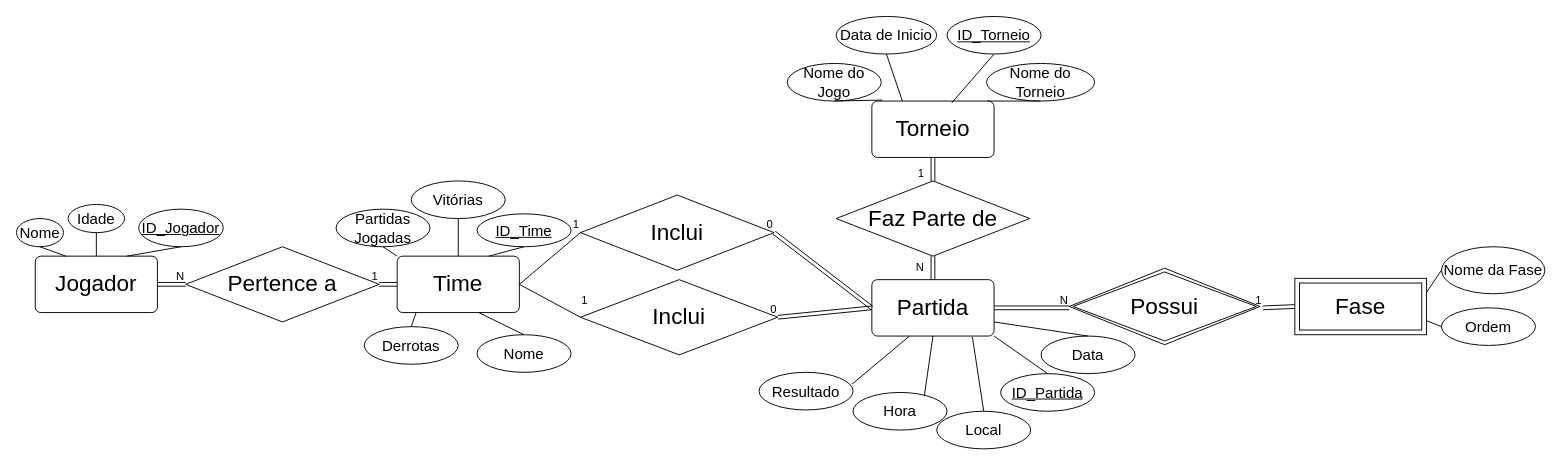
The draw.io diagram Projeto_Esports.drawio in Gabitil/Org-de-competi-es-esport, before the edit. Source tidied: cells renumbered, new cells numbered last; positions are measured from the earlier drawing's top-left corner, leaving out a move shared by most shapes. Both pictures are drawn from the tidied source at 94%, with x=0, y=0 at pixel (16, 16).
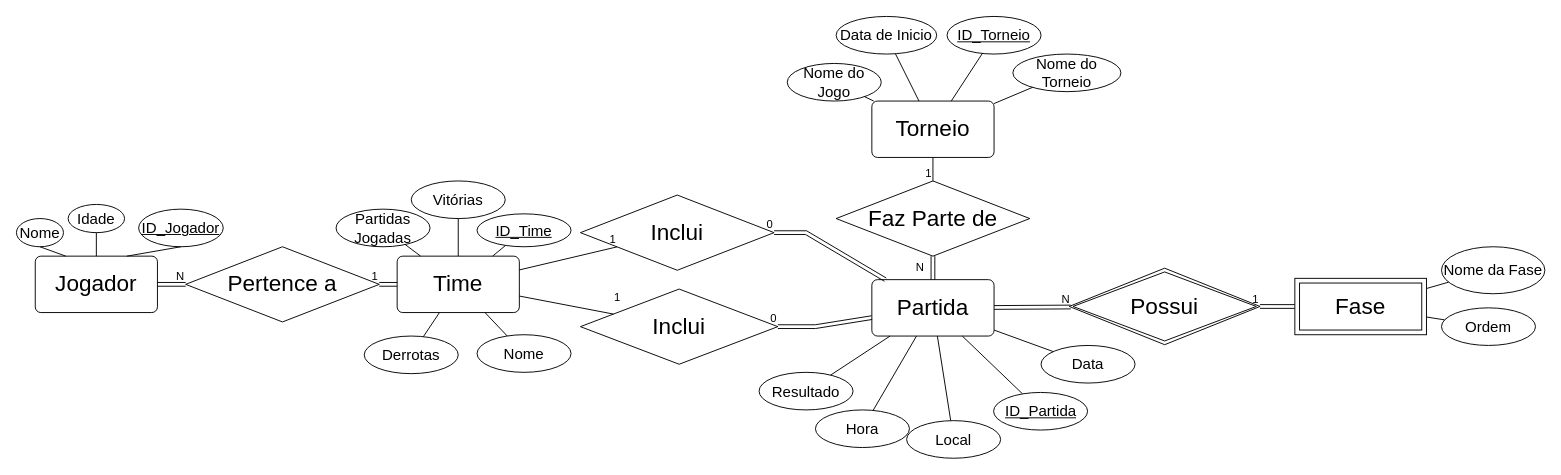
Above is the later version.

The change refers to these unchanged cells:
```xml
<mxCell id="2" value="&lt;font style=&quot;font-size: 24px;&quot;&gt;Jogador&lt;/font&gt;" style="rounded=1;arcSize=10;whiteSpace=wrap;html=1;align=center;" parent="1" vertex="1">
  <mxGeometry x="20" y="255" width="130" height="60" as="geometry" />
</mxCell>
<mxCell id="3" value="&lt;font style=&quot;font-size: 24px;&quot;&gt;Partida&lt;/font&gt;" style="rounded=1;arcSize=10;whiteSpace=wrap;html=1;align=center;" parent="1" vertex="1">
  <mxGeometry x="910" y="280" width="130" height="60" as="geometry" />
</mxCell>
<mxCell id="4" value="&lt;font style=&quot;font-size: 24px;&quot;&gt;Torneio&lt;/font&gt;" style="rounded=1;arcSize=10;whiteSpace=wrap;html=1;align=center;" parent="1" vertex="1">
  <mxGeometry x="910" y="90" width="130" height="60" as="geometry" />
</mxCell>
<mxCell id="5" value="&lt;font style=&quot;font-size: 24px;&quot;&gt;Time&lt;/font&gt;" style="rounded=1;arcSize=10;whiteSpace=wrap;html=1;align=center;" parent="1" vertex="1">
  <mxGeometry x="405" y="255" width="130" height="60" as="geometry" />
</mxCell>
<mxCell id="13" value="&lt;font style=&quot;font-size: 16px;&quot;&gt;ID_Time&lt;/font&gt;" style="ellipse;whiteSpace=wrap;html=1;align=center;fontStyle=4;" parent="1" vertex="1">
  <mxGeometry x="490" y="210" width="100" height="35" as="geometry" />
</mxCell>
<mxCell id="14" value="&lt;font style=&quot;font-size: 16px;&quot;&gt;Vitórias&lt;/font&gt;" style="ellipse;whiteSpace=wrap;html=1;align=center;" parent="1" vertex="1">
  <mxGeometry x="420" y="175" width="100" height="40" as="geometry" />
</mxCell>
<mxCell id="16" value="&lt;font style=&quot;font-size: 16px;&quot;&gt;Partidas Jogadas&lt;/font&gt;" style="ellipse;whiteSpace=wrap;html=1;align=center;" parent="1" vertex="1">
  <mxGeometry x="340" y="205" width="100" height="40" as="geometry" />
</mxCell>
<mxCell id="17" value="&lt;font style=&quot;font-size: 16px;&quot;&gt;Nome&lt;/font&gt;" style="ellipse;whiteSpace=wrap;html=1;align=center;" parent="1" vertex="1">
  <mxGeometry x="490" y="338.6" width="100" height="40" as="geometry" />
</mxCell>
<mxCell id="18" value="&lt;font style=&quot;font-size: 16px;&quot;&gt;Nome do Jogo&lt;/font&gt;" style="ellipse;whiteSpace=wrap;html=1;align=center;" parent="1" vertex="1">
  <mxGeometry x="820" y="50" width="100" height="40" as="geometry" />
</mxCell>
<mxCell id="20" value="&lt;font style=&quot;font-size: 16px;&quot;&gt;Data de Inicio&lt;/font&gt;" style="ellipse;whiteSpace=wrap;html=1;align=center;" parent="1" vertex="1">
  <mxGeometry x="872" width="107" height="40" as="geometry" />
</mxCell>
<mxCell id="21" value="&lt;font style=&quot;font-size: 16px;&quot;&gt;ID_Torneio&lt;/font&gt;" style="ellipse;whiteSpace=wrap;html=1;align=center;fontStyle=4;" parent="1" vertex="1">
  <mxGeometry x="990" width="100" height="40" as="geometry" />
</mxCell>
<mxCell id="22" value="&lt;font style=&quot;font-size: 16px;&quot;&gt;Nome da Fase&lt;/font&gt;" style="ellipse;whiteSpace=wrap;html=1;align=center;" parent="1" vertex="1">
  <mxGeometry x="1516" y="245" width="110" height="50" as="geometry" />
</mxCell>
<mxCell id="23" value="&lt;font style=&quot;font-size: 16px;&quot;&gt;Ordem&lt;/font&gt;" style="ellipse;whiteSpace=wrap;html=1;align=center;" parent="1" vertex="1">
  <mxGeometry x="1516" y="310" width="100" height="40" as="geometry" />
</mxCell>
<mxCell id="28" value="&lt;font style=&quot;font-size: 16px;&quot;&gt;Resultado&lt;/font&gt;" style="ellipse;whiteSpace=wrap;html=1;align=center;" parent="1" vertex="1">
  <mxGeometry x="790" y="378.6" width="100" height="40" as="geometry" />
</mxCell>
<mxCell id="45" value="&lt;font style=&quot;font-size: 24px;&quot;&gt;Pertence a&lt;/font&gt;" style="shape=rhombus;perimeter=rhombusPerimeter;whiteSpace=wrap;html=1;align=center;" parent="1" vertex="1">
  <mxGeometry x="180" y="245" width="206" height="80" as="geometry" />
</mxCell>
<mxCell id="46" value="&lt;font style=&quot;font-size: 24px;&quot;&gt;Faz Parte de &lt;br&gt;&lt;/font&gt;" style="shape=rhombus;perimeter=rhombusPerimeter;whiteSpace=wrap;html=1;align=center;" parent="1" vertex="1">
  <mxGeometry x="872" y="175" width="206" height="80" as="geometry" />
</mxCell>
<mxCell id="50" value="&lt;font style=&quot;font-size: 24px;&quot;&gt;Fase&lt;/font&gt;" style="shape=ext;margin=3;double=1;whiteSpace=wrap;html=1;align=center;" parent="1" vertex="1">
  <mxGeometry x="1360" y="278.6" width="140" height="60" as="geometry" />
</mxCell>
<mxCell id="65" value="&lt;font style=&quot;font-size: 24px;&quot;&gt;Inclui&lt;/font&gt;" style="shape=rhombus;perimeter=rhombusPerimeter;whiteSpace=wrap;html=1;align=center;" parent="1" vertex="1">
  <mxGeometry x="600" y="190" width="206" height="80" as="geometry" />
</mxCell>
<mxCell id="71" value="&lt;font style=&quot;font-size: 24px;&quot;&gt;Possui&lt;/font&gt;" style="shape=rhombus;double=1;perimeter=rhombusPerimeter;whiteSpace=wrap;html=1;align=center;" parent="1" vertex="1">
  <mxGeometry x="1120" y="267.8" width="203" height="81.4" as="geometry" />
</mxCell>
```

Change to the diagram source:
```diff
@@
     <mxCell id="15" value="&lt;font style=&quot;font-size: 16px;&quot;&gt;Derrotas&lt;/font&gt;" style="ellipse;whiteSpace=wrap;html=1;align=center;" parent="1" vertex="1">
-      <mxGeometry x="370" y="330" width="100" height="40" as="geometry" />
+      <mxGeometry x="370" y="340" width="100" height="40" as="geometry" />
     </mxCell>
@@
     <mxCell id="19" value="&lt;font style=&quot;font-size: 16px;&quot;&gt;Nome do Torneio&lt;/font&gt;" style="ellipse;whiteSpace=wrap;html=1;align=center;" parent="1" vertex="1">
-      <mxGeometry x="1032" y="50" width="115" height="40" as="geometry" />
+      <mxGeometry x="1060" y="40" width="115" height="40" as="geometry" />
     </mxCell>
@@
     <mxCell id="24" value="&lt;font style=&quot;font-size: 16px;&quot;&gt;ID_Partida&lt;/font&gt;" style="ellipse;whiteSpace=wrap;html=1;align=center;fontStyle=4;" parent="1" vertex="1">
-      <mxGeometry x="1047" y="380" width="100" height="40" as="geometry" />
+      <mxGeometry x="1039.5" y="400" width="100" height="40" as="geometry" />
     </mxCell>
     <mxCell id="25" value="&lt;font style=&quot;font-size: 16px;&quot;&gt;Local&lt;/font&gt;" style="ellipse;whiteSpace=wrap;html=1;align=center;" parent="1" vertex="1">
-      <mxGeometry x="979" y="420" width="100" height="40" as="geometry" />
+      <mxGeometry x="947" y="430" width="100" height="40" as="geometry" />
     </mxCell>
     <mxCell id="26" value="&lt;font style=&quot;font-size: 16px;&quot;&gt;Data&lt;/font&gt;" style="ellipse;whiteSpace=wrap;html=1;align=center;" parent="1" vertex="1">
-      <mxGeometry x="1090" y="340" width="100" height="40" as="geometry" />
+      <mxGeometry x="1090" y="350" width="100" height="40" as="geometry" />
     </mxCell>
     <mxCell id="27" value="&lt;font style=&quot;font-size: 16px;&quot;&gt;Hora&lt;/font&gt;" style="ellipse;whiteSpace=wrap;html=1;align=center;" parent="1" vertex="1">
-      <mxGeometry x="890" y="400" width="100" height="40" as="geometry" />
+      <mxGeometry x="850" y="418.6" width="100" height="40" as="geometry" />
     </mxCell>
@@
-    <mxCell id="29" style="endArrow=none;html=1;rounded=0;entryX=1;entryY=0.25;entryDx=0;entryDy=0;exitX=0;exitY=0.5;exitDx=0;exitDy=0;" parent="1" edge="1" source="22" target="50">
+    <mxCell id="29" style="endArrow=none;html=1;rounded=0;" parent="1" edge="1" source="22" target="50">
       <mxGeometry relative="1" as="geometry" />
     </mxCell>
-    <mxCell id="30" style="endArrow=none;html=1;rounded=0;entryX=0;entryY=0.5;entryDx=0;entryDy=0;exitX=1;exitY=0.75;exitDx=0;exitDy=0;" parent="1" edge="1" source="50" target="23">
+    <mxCell id="30" style="endArrow=none;html=1;rounded=0;" parent="1" edge="1" source="50" target="23">
       <mxGeometry relative="1" as="geometry" />
     </mxCell>
-    <mxCell id="31" style="endArrow=none;html=1;rounded=0;exitX=0.5;exitY=1;exitDx=0;exitDy=0;entryX=0.085;entryY=-0.017;entryDx=0;entryDy=0;entryPerimeter=0;" parent="1" edge="1" source="18" target="4">
+    <mxCell id="31" style="endArrow=none;html=1;rounded=0;" parent="1" edge="1" source="18" target="4">
       <mxGeometry relative="1" as="geometry" />
     </mxCell>
-    <mxCell id="32" style="endArrow=none;html=1;rounded=0;exitX=0.5;exitY=1;exitDx=0;exitDy=0;entryX=0.25;entryY=0;entryDx=0;entryDy=0;" parent="1" edge="1" source="20" target="4">
+    <mxCell id="32" style="endArrow=none;html=1;rounded=0;" parent="1" edge="1" source="20" target="4">
       <mxGeometry relative="1" as="geometry" />
     </mxCell>
-    <mxCell id="33" style="endArrow=none;html=1;rounded=0;exitX=0.5;exitY=1;exitDx=0;exitDy=0;entryX=0.654;entryY=0.033;entryDx=0;entryDy=0;entryPerimeter=0;" parent="1" edge="1" source="21" target="4">
+    <mxCell id="33" style="endArrow=none;html=1;rounded=0;" parent="1" edge="1" source="21" target="4">
       <mxGeometry relative="1" as="geometry" />
     </mxCell>
-    <mxCell id="34" style="endArrow=none;html=1;rounded=0;entryX=0.5;entryY=1;entryDx=0;entryDy=0;exitX=0.946;exitY=0;exitDx=0;exitDy=0;exitPerimeter=0;" parent="1" edge="1" source="4" target="19">
+    <mxCell id="34" style="endArrow=none;html=1;rounded=0;" parent="1" edge="1" source="4" target="19">
       <mxGeometry relative="1" as="geometry" />
     </mxCell>
-    <mxCell id="35" style="endArrow=none;html=1;rounded=0;exitX=0.5;exitY=0;exitDx=0;exitDy=0;entryX=1;entryY=1;entryDx=0;entryDy=0;" parent="1" edge="1" source="24" target="3">
+    <mxCell id="35" style="endArrow=none;html=1;rounded=0;" parent="1" edge="1" source="24" target="3">
       <mxGeometry relative="1" as="geometry" />
     </mxCell>
-    <mxCell id="36" style="endArrow=none;html=1;rounded=0;exitX=0.5;exitY=0;exitDx=0;exitDy=0;entryX=0.823;entryY=1.017;entryDx=0;entryDy=0;entryPerimeter=0;" parent="1" edge="1" source="25" target="3">
+    <mxCell id="36" style="endArrow=none;html=1;rounded=0;" parent="1" edge="1" source="25" target="3">
       <mxGeometry relative="1" as="geometry" />
     </mxCell>
-    <mxCell id="37" style="endArrow=none;html=1;rounded=0;exitX=0.758;exitY=0.098;exitDx=0;exitDy=0;entryX=0.5;entryY=1;entryDx=0;entryDy=0;exitPerimeter=0;" parent="1" edge="1" source="27" target="3">
+    <mxCell id="37" style="endArrow=none;html=1;rounded=0;" parent="1" edge="1" source="27" target="3">
       <mxGeometry relative="1" as="geometry" />
     </mxCell>
-    <mxCell id="38" style="endArrow=none;html=1;rounded=0;entryX=0.988;entryY=0.317;entryDx=0;entryDy=0;exitX=0.308;exitY=1;exitDx=0;exitDy=0;entryPerimeter=0;exitPerimeter=0;" parent="1" edge="1" source="3" target="28">
+    <mxCell id="38" style="endArrow=none;html=1;rounded=0;" parent="1" edge="1" source="3" target="28">
       <mxGeometry relative="1" as="geometry" />
     </mxCell>
-    <mxCell id="39" style="endArrow=none;html=1;rounded=0;entryX=0.5;entryY=0;entryDx=0;entryDy=0;exitX=1;exitY=0.75;exitDx=0;exitDy=0;" parent="1" edge="1" source="3" target="26">
+    <mxCell id="39" style="endArrow=none;html=1;rounded=0;" parent="1" edge="1" source="3" target="26">
       <mxGeometry relative="1" as="geometry" />
     </mxCell>
-    <mxCell id="40" style="endArrow=none;html=1;rounded=0;exitX=0.5;exitY=1;exitDx=0;exitDy=0;entryX=0;entryY=0;entryDx=0;entryDy=0;" parent="1" edge="1" source="16" target="5">
+    <mxCell id="40" style="endArrow=none;html=1;rounded=0;" parent="1" edge="1" source="16" target="5">
       <mxGeometry relative="1" as="geometry" />
     </mxCell>
-    <mxCell id="41" style="endArrow=none;html=1;rounded=0;exitX=0.5;exitY=1;exitDx=0;exitDy=0;entryX=0.5;entryY=0;entryDx=0;entryDy=0;" parent="1" edge="1" source="14" target="5">
+    <mxCell id="41" style="endArrow=none;html=1;rounded=0;" parent="1" edge="1" source="14" target="5">
       <mxGeometry relative="1" as="geometry" />
     </mxCell>
-    <mxCell id="42" style="endArrow=none;html=1;rounded=0;exitX=0.5;exitY=1;exitDx=0;exitDy=0;entryX=0.75;entryY=0;entryDx=0;entryDy=0;" parent="1" edge="1" source="13" target="5">
+    <mxCell id="42" style="endArrow=none;html=1;rounded=0;" parent="1" edge="1" source="13" target="5">
       <mxGeometry relative="1" as="geometry" />
     </mxCell>
-    <mxCell id="43" style="endArrow=none;html=1;rounded=0;entryX=0.5;entryY=0;entryDx=0;entryDy=0;exitX=0.154;exitY=1.006;exitDx=0;exitDy=0;exitPerimeter=0;" parent="1" edge="1" source="5" target="15">
+    <mxCell id="43" style="endArrow=none;html=1;rounded=0;" parent="1" edge="1" source="5" target="15">
       <mxGeometry relative="1" as="geometry" />
     </mxCell>
-    <mxCell id="44" style="endArrow=none;html=1;rounded=0;exitX=0.672;exitY=1.006;exitDx=0;exitDy=0;exitPerimeter=0;entryX=0.5;entryY=0;entryDx=0;entryDy=0;" parent="1" edge="1" source="5" target="17">
+    <mxCell id="44" style="endArrow=none;html=1;rounded=0;" parent="1" edge="1" source="5" target="17">
       <mxGeometry relative="1" as="geometry" />
     </mxCell>
@@
     <mxCell id="47" value="&lt;font style=&quot;font-size: 24px;&quot;&gt;Inclui&lt;/font&gt;" style="shape=rhombus;perimeter=rhombusPerimeter;whiteSpace=wrap;html=1;align=center;" parent="1" vertex="1">
-      <mxGeometry x="600" y="280" width="210" height="80" as="geometry" />
+      <mxGeometry x="600" y="290" width="210" height="80" as="geometry" />
     </mxCell>
-    <mxCell id="48" style="shape=link;html=1;rounded=0;entryX=1;entryY=0.5;entryDx=0;entryDy=0;exitX=0;exitY=0.5;exitDx=0;exitDy=0;" parent="1" edge="1" source="50">
-      <mxGeometry relative="1" as="geometry">
-        <mxPoint x="1326" y="310" as="targetPoint" />
-      </mxGeometry>
+    <mxCell id="48" style="shape=link;html=1;rounded=0;" parent="1" edge="1" source="50" target="71">
+      <mxGeometry relative="1" as="geometry" />
     </mxCell>
@@
-    <mxCell id="51" style="shape=link;html=1;rounded=0;exitX=1;exitY=0.5;exitDx=0;exitDy=0;entryX=0;entryY=0.5;entryDx=0;entryDy=0;" parent="1" edge="1" source="3">
-      <mxGeometry relative="1" as="geometry">
-        <mxPoint x="1120" y="310" as="targetPoint" />
-      </mxGeometry>
+    <mxCell id="51" style="shape=link;html=1;rounded=0;" parent="1" edge="1" source="3" target="71">
+      <mxGeometry relative="1" as="geometry" />
     </mxCell>
@@
-    <mxCell id="55" style="shape=link;html=1;rounded=0;entryX=0.5;entryY=0;entryDx=0;entryDy=0;exitX=0.5;exitY=1;exitDx=0;exitDy=0;" parent="1" edge="1" source="4" target="46">
-      <mxGeometry relative="1" as="geometry" />
-    </mxCell>
-    <mxCell id="56" value="1" style="html=1;whiteSpace=wrap;align=right;verticalAlign=bottom;" parent="55" vertex="1">
-      <mxGeometry x="1" relative="1" as="geometry">
-        <mxPoint x="-8" as="offset" />
-      </mxGeometry>
-    </mxCell>
-    <mxCell id="57" style="shape=link;html=1;rounded=0;entryX=1;entryY=0.5;entryDx=0;entryDy=0;exitX=0;exitY=0.5;exitDx=0;exitDy=0;" parent="1" edge="1" source="3" target="47">
-      <mxGeometry relative="1" as="geometry" />
+    <mxCell id="57" style="shape=link;html=1;rounded=0;" parent="1" edge="1" source="3" target="47">
+      <mxGeometry relative="1" as="geometry">
+        <Array as="points">
+          <mxPoint x="850" y="330" />
+        </Array>
+      </mxGeometry>
     </mxCell>
@@
-    <mxCell id="59" style="endArrow=none;html=1;rounded=0;exitX=1;exitY=0.5;exitDx=0;exitDy=0;entryX=0;entryY=0.5;entryDx=0;entryDy=0;" parent="1" edge="1" source="5" target="47">
+    <mxCell id="59" style="endArrow=none;html=1;rounded=0;" parent="1" edge="1" source="5" target="47">
       <mxGeometry relative="1" as="geometry" />
     </mxCell>
@@
-    <mxCell id="61" style="shape=link;html=1;rounded=0;entryX=1;entryY=0.5;entryDx=0;entryDy=0;exitX=0;exitY=0.5;exitDx=0;exitDy=0;" parent="1" edge="1" source="5" target="45">
+    <mxCell id="61" style="shape=link;html=1;rounded=0;" parent="1" edge="1" source="5" target="45">
       <mxGeometry relative="1" as="geometry" />
     </mxCell>
@@
-    <mxCell id="63" style="shape=link;html=1;rounded=0;exitX=1;exitY=0.5;exitDx=0;exitDy=0;entryX=0;entryY=0.5;entryDx=0;entryDy=0;" parent="1" edge="1" source="2" target="45">
+    <mxCell id="63" style="shape=link;html=1;rounded=0;" parent="1" edge="1" source="2" target="45">
       <mxGeometry relative="1" as="geometry" />
     </mxCell>
@@
-    <mxCell id="66" style="shape=link;html=1;rounded=0;entryX=1;entryY=0.5;entryDx=0;entryDy=0;exitX=0;exitY=0.5;exitDx=0;exitDy=0;" parent="1" edge="1" source="3" target="65">
-      <mxGeometry relative="1" as="geometry" />
+    <mxCell id="66" style="shape=link;html=1;rounded=0;" parent="1" edge="1" source="3" target="65">
+      <mxGeometry relative="1" as="geometry">
+        <Array as="points">
+          <mxPoint x="840" y="230" />
+        </Array>
+      </mxGeometry>
     </mxCell>
@@
-    <mxCell id="68" style="endArrow=none;html=1;rounded=0;exitX=1;exitY=0.5;exitDx=0;exitDy=0;entryX=0;entryY=0.5;entryDx=0;entryDy=0;" parent="1" edge="1" source="5" target="65">
+    <mxCell id="68" style="endArrow=none;html=1;rounded=0;" parent="1" edge="1" source="5" target="65">
       <mxGeometry relative="1" as="geometry" />
     </mxCell>
@@
+    <mxCell id="55" style="endArrow=none;html=1;rounded=0;" parent="1" edge="1" source="4" target="46">
+      <mxGeometry relative="1" as="geometry" />
+    </mxCell>
+    <mxCell id="56" value="1" style="html=1;whiteSpace=wrap;align=right;verticalAlign=bottom;" parent="55" vertex="1">
+      <mxGeometry x="1" relative="1" as="geometry" />
+    </mxCell>
```
